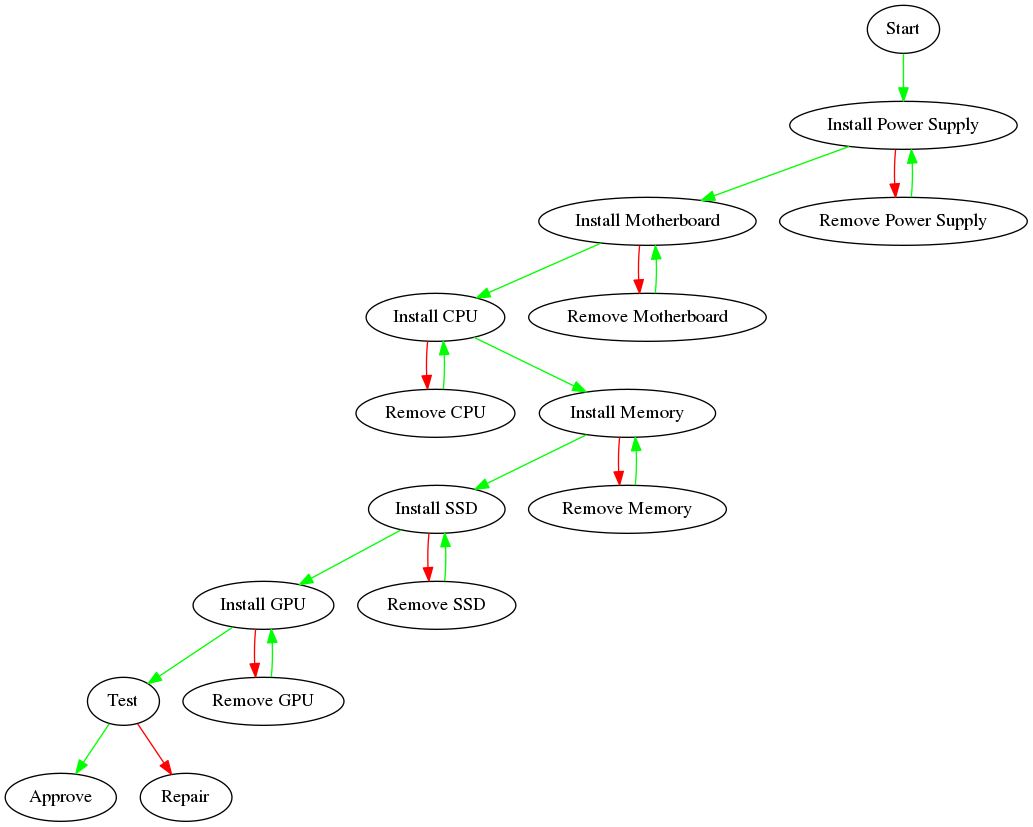
JongkukLee/OOP345_Milestone keeps this Graphviz diagram as Milestone/WorkingTask.dat.gv.png. Above is the earlier version. Its source is kept beside it as Milestone/WorkingTask.dat.gv.
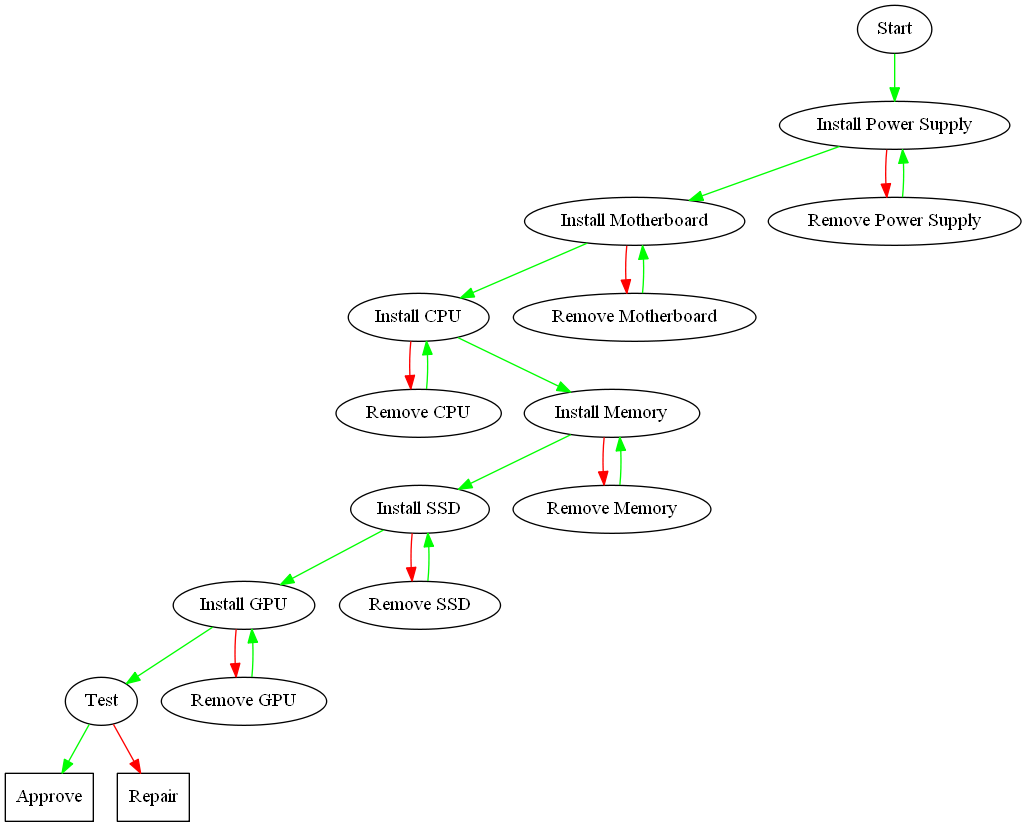
The same file after the commit.

The edit, as a diff of the source:
```diff
@@ -1,25 +1,25 @@
 digraph taskGraph {
-"Start"->"Install Power Supply"[color=green];
-"Install Power Supply"->"Install Motherboard"[color=green];
-"Install Power Supply"->"Remove Power Supply"[color=red];
-"Remove Power Supply"->"Install Power Supply"[color=green];
-"Install Motherboard"->"Install CPU"[color=green];
-"Install Motherboard"->"Remove Motherboard"[color=red];
-"Remove Motherboard"->"Install Motherboard"[color=green];
-"Remove CPU"->"Install CPU"[color=green];
-"Install CPU"->"Install Memory"[color=green];
-"Install CPU"->"Remove CPU"[color=red];
-"Install Memory"->"Install SSD"[color=green];
-"Install Memory"->"Remove Memory"[color=red];
-"Remove Memory"->"Install Memory"[color=green];
-"Install SSD"->"Install GPU"[color=green];
-"Install SSD"->"Remove SSD"[color=red];
-"Remove SSD"->"Install SSD"[color=green];
-"Install GPU"->"Test"[color=green];
-"Install GPU"->"Remove GPU"[color=red];
-"Remove GPU"->"Install GPU"[color=green];
-"Test"->"Approve"[color=green];
-"Test"->"Repair"[color=red];
-"Repair";
-"Approve";
+"Start" -> "Install Power Supply" [color=green];
+"Install Power Supply" -> "Install Motherboard" [color=green];
+"Install Power Supply" -> "Remove Power Supply" [color=red];
+"Remove Power Supply" -> "Install Power Supply" [color=green];
+"Install Motherboard" -> "Install CPU" [color=green];
+"Install Motherboard" -> "Remove Motherboard" [color=red];
+"Remove Motherboard" -> "Install Motherboard" [color=green];
+"Remove CPU" -> "Install CPU" [color=green];
+"Install CPU" -> "Install Memory" [color=green];
+"Install CPU" -> "Remove CPU" [color=red];
+"Install Memory" -> "Install SSD" [color=green];
+"Install Memory" -> "Remove Memory" [color=red];
+"Remove Memory" -> "Install Memory" [color=green];
+"Install SSD" -> "Install GPU" [color=green];
+"Install SSD" -> "Remove SSD" [color=red];
+"Remove SSD" -> "Install SSD" [color=green];
+"Install GPU" -> "Test" [color=green];
+"Install GPU" -> "Remove GPU" [color=red];
+"Remove GPU" -> "Install GPU" [color=green];
+"Test" -> "Approve" [color=green];
+"Test" -> "Repair" [color=red];
+"Repair" [shape=box];
+"Approve" [shape=box];
 }
```
